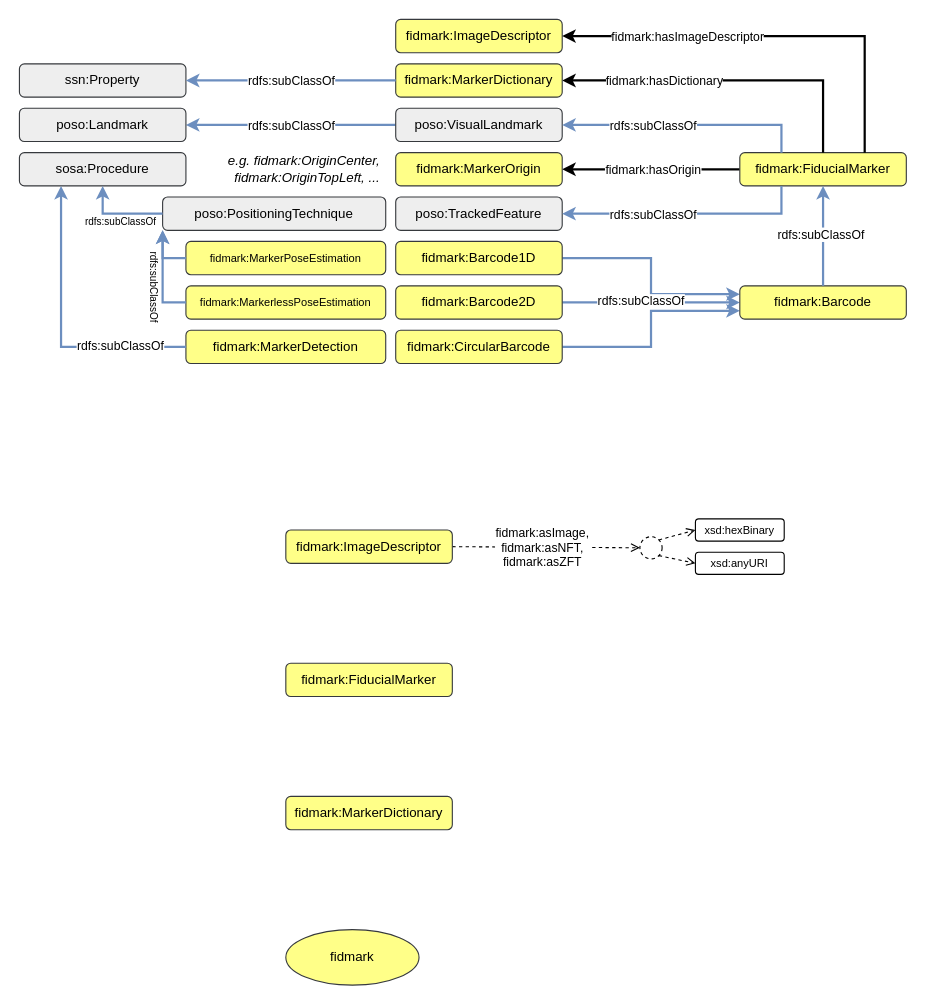
Earlier version of the draw.io diagram page "Page-2" (2 of 2) of docs/images/docs.drawio (OpenHPS/FidMark). Source tidied: cells renumbered, new cells numbered last; positions are measured from the earlier drawing's top-left corner, leaving out a move shared by most shapes. Both pictures are drawn from the tidied source at 111%, with x=0, y=0 at pixel (19, 19).
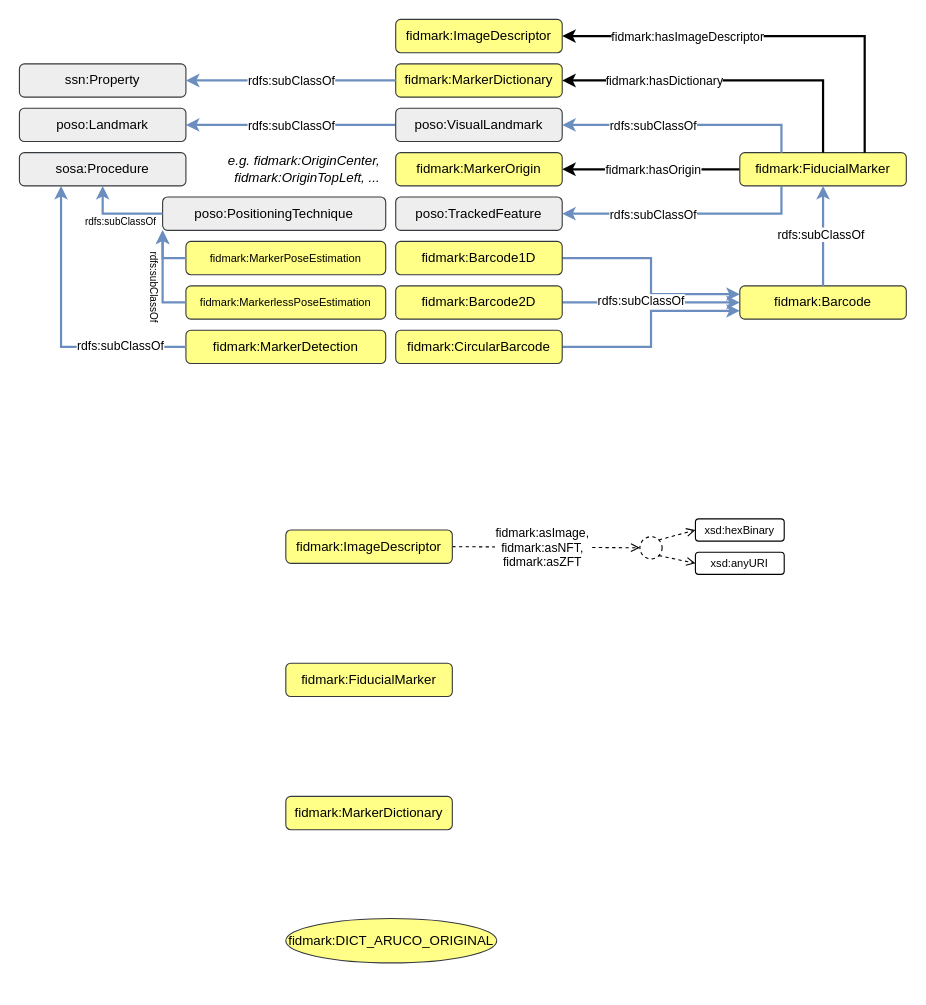
The same diagram, later.

The edit, as a diff of the source:
```diff
@@
-    <mxCell id="57" value="fidmark" style="ellipse;whiteSpace=wrap;html=1;fillColor=#ffff88;strokeColor=#36393d;fontFamily=Inconsolata;" parent="1" vertex="1">
-      <mxGeometry x="240" y="820" width="120" height="50" as="geometry" />
+    <mxCell id="57" value="fidmark:DICT_ARUCO_ORIGINAL" style="ellipse;whiteSpace=wrap;html=1;fillColor=#ffff88;strokeColor=#36393d;fontFamily=Inconsolata;" parent="1" vertex="1">
+      <mxGeometry x="240" y="810" width="190" height="40" as="geometry" />
     </mxCell>
```
